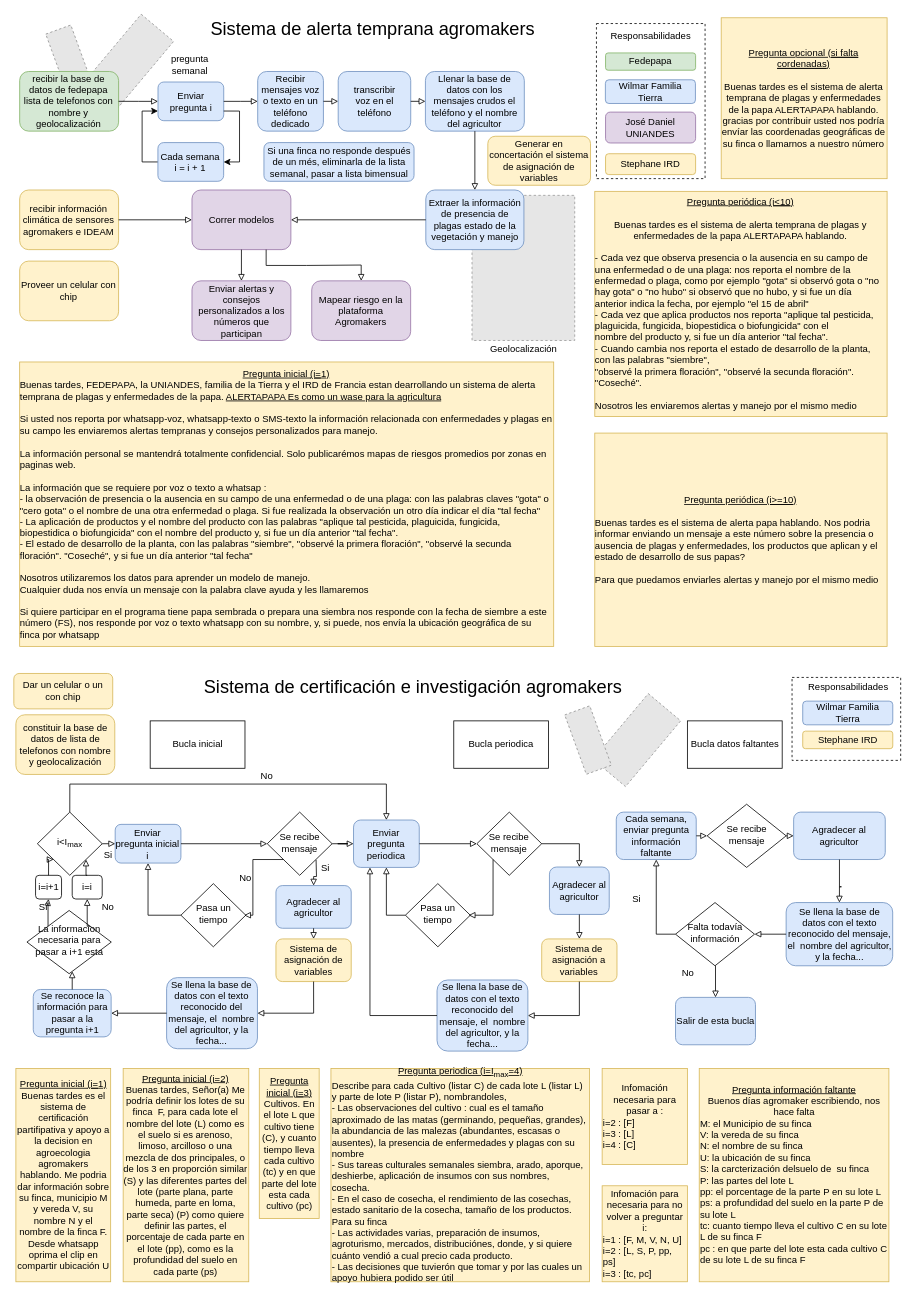
stdupas/agromakersPorVoz keeps this draw.io diagram as AgromakersVoz.drawio. Above is the earlier version. Source tidied: cells renumbered, new cells numbered last; positions are measured from the earlier drawing's top-left corner, leaving out a move shared by most shapes. Both pictures are drawn from the tidied source at 79%, with x=0, y=0 at pixel (13, 17). Pictures stored in the file or linked from it are replaced by grey dashed boxes.
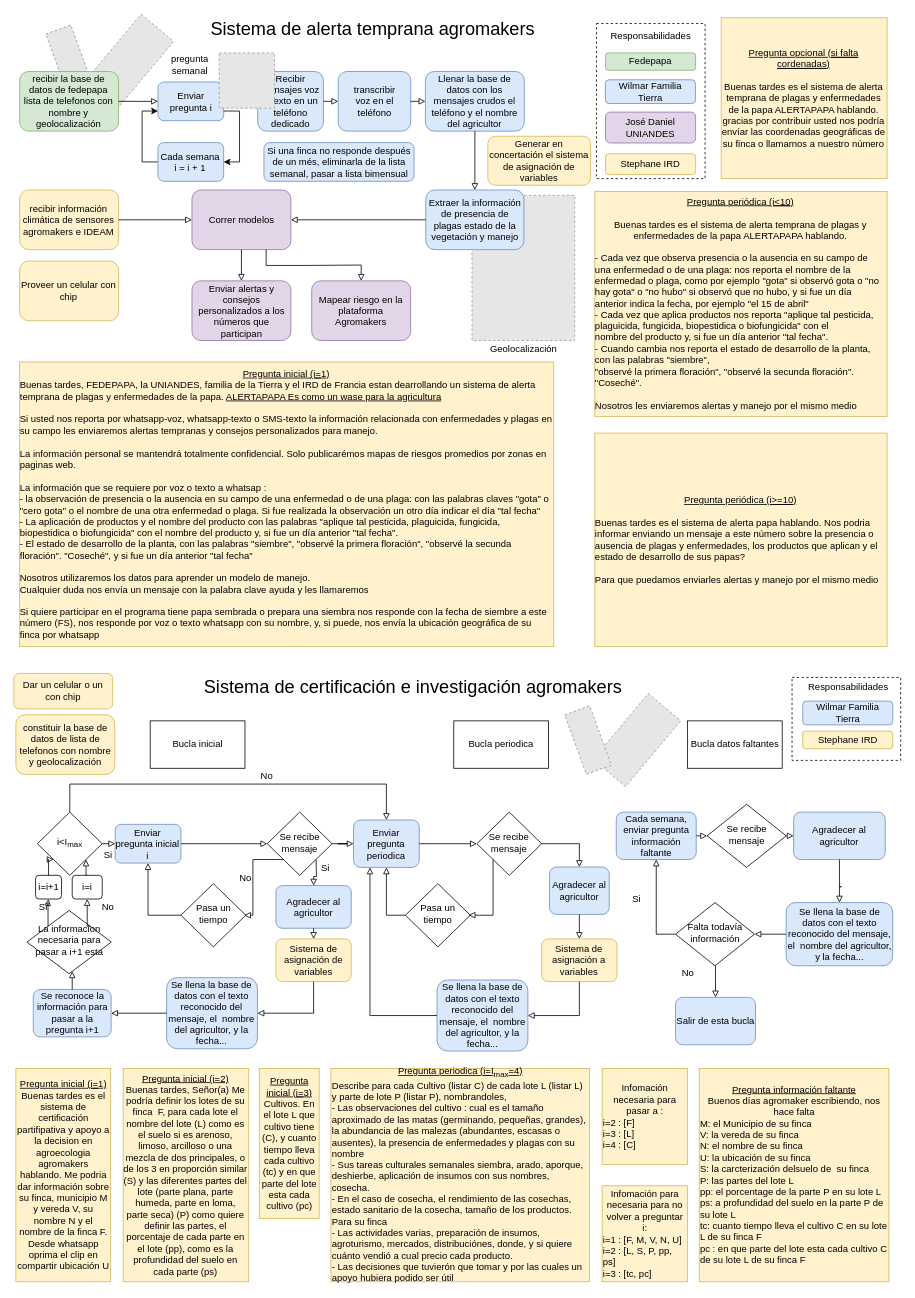
After the change.

What changed in the source:
```diff
@@
+    <mxCell id="123" style="fillColor=#E6E6E6;strokeColor=#999999;dashed=1;verticalLabelPosition=bottom;labelBackgroundColor=#ffffff;verticalAlign=top;" parent="1" vertex="1">
+      <mxGeometry x="260" y="44.5" width="70" height="70" as="geometry" />
+    </mxCell>
```
